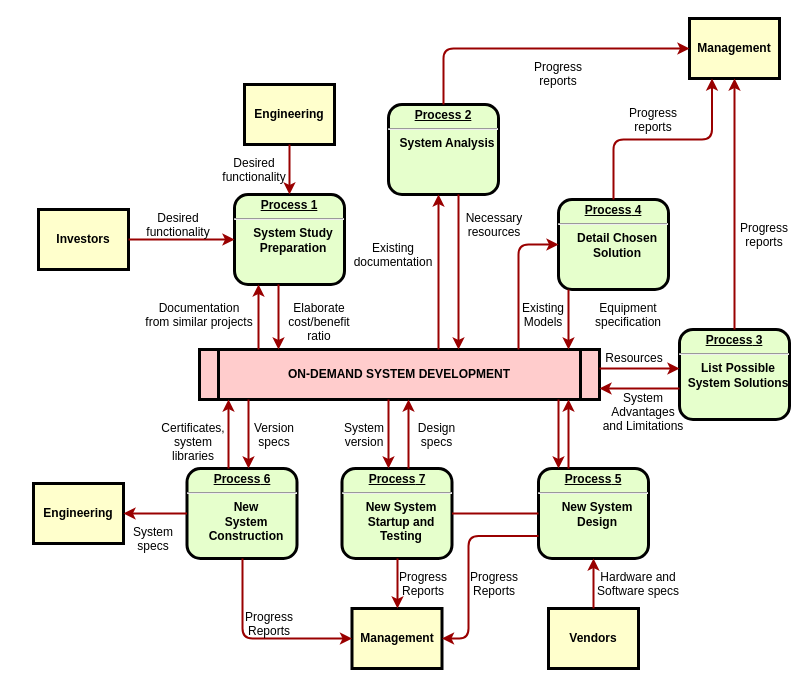
Earlier version of the draw.io diagram Untitled Diagram.drawio (soccerhui/architect-awesome). Source tidied: cells renumbered, new cells numbered last; positions are measured from the earlier drawing's top-left corner, leaving out a move shared by most shapes. Both pictures are drawn from the tidied source at 100%, with x=0, y=0 at pixel (33, 18).
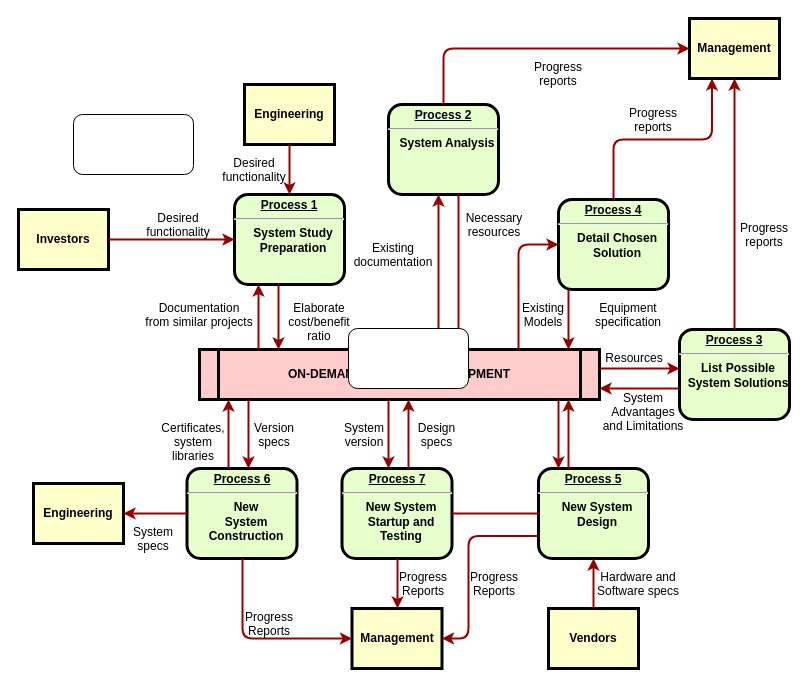
The same page after the edit.

Diff of the diagram source:
```diff
@@
     <mxCell id="4" value="Investors" style="whiteSpace=wrap;align=center;verticalAlign=middle;fontStyle=1;strokeWidth=3;fillColor=#FFFFCC;" parent="1" vertex="1">
-      <mxGeometry x="5" y="191" width="90" height="60" as="geometry" />
+      <mxGeometry x="-15" y="191" width="90" height="60" as="geometry" />
     </mxCell>
@@
+    <mxCell id="63" style="rounded=1;whiteSpace=wrap;html=1;" parent="1" vertex="1">
+      <mxGeometry x="315" y="310" width="120" height="60" as="geometry" />
+    </mxCell>
+    <mxCell id="64" style="rounded=1;whiteSpace=wrap;html=1;" parent="1" vertex="1">
+      <mxGeometry x="40" y="96" width="120" height="60" as="geometry" />
+    </mxCell>
```
